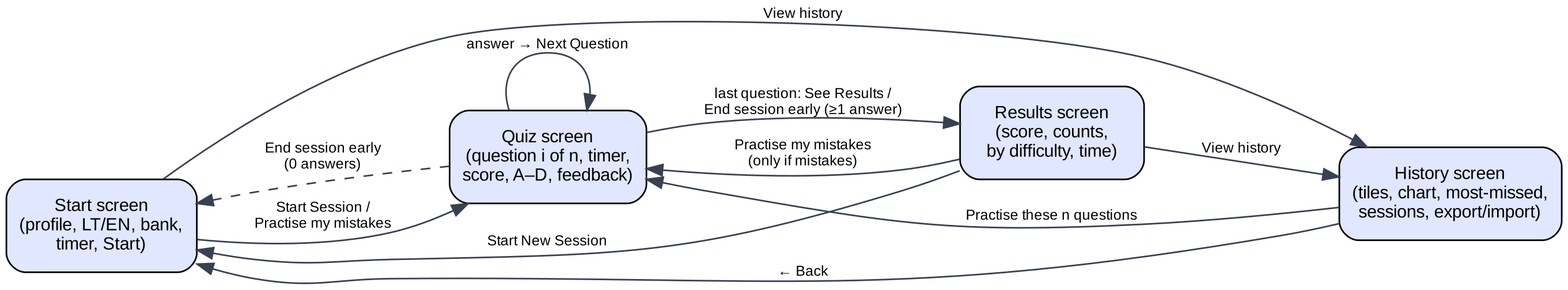
Above: docs/ia/img/screen_flow.png in liepasv/Computer-Science-Internal-Assessment (Graphviz), before the change. Its source is kept beside it as docs/ia/diagrams/screen_flow.dot. Its diagram source:
```dot
digraph G {
  graph [rankdir=LR, nodesep=0.5, ranksep=1.0, fontname="Liberation Sans"];
  node  [shape=box, style="rounded,filled", fillcolor="#e0e7ff", fontname="Liberation Sans", fontsize=11, width=1.6, height=0.8];
  edge  [fontname="Liberation Sans", fontsize=9, color="#374151"];
  load    [label="Start screen\n(profile, LT/EN, bank,\ntimer, Start)"];
  quiz    [label="Quiz screen\n(question i of n, timer,\nscore, A–D, feedback)"];
  results [label="Results screen\n(score, counts,\nby difficulty, time)"];
  hist    [label="History screen\n(tiles, chart, most-missed,\nsessions, export/import)"];
  load -> quiz [label="Start Session /\nPractise my mistakes"];
  quiz -> quiz [label="answer → Next Question"];
  quiz -> results [label="last question: See Results /\nEnd session early (≥1 answer)"];
  quiz -> load [label="End session early\n(0 answers)", style=dashed];
  results -> load [label="Start New Session"];
  results -> quiz [label="Practise my mistakes\n(only if mistakes)"];
  results -> hist [label="View history"];
  load -> hist [label="View history"];
  hist -> load [label="← Back"];
  hist -> quiz [label="Practise these n questions"];
}
```
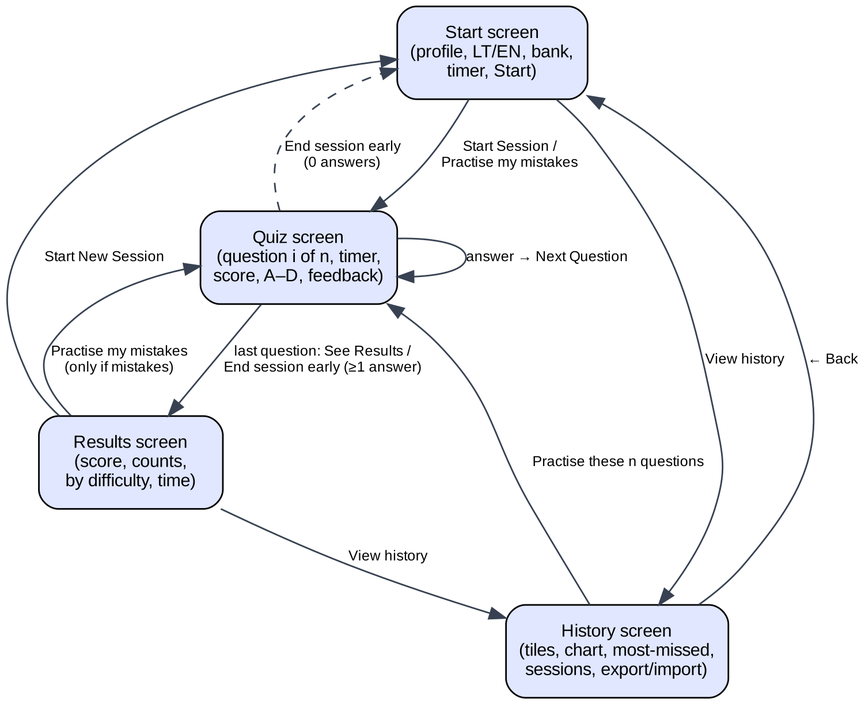
The same diagram one commit later.

Change to the diagram source:
```diff
@@ -1,5 +1,5 @@
 digraph G {
-  graph [rankdir=LR, nodesep=0.5, ranksep=1.0, fontname="Liberation Sans"];
+  graph [rankdir=TB, nodesep=0.6, ranksep=0.7, fontname="Liberation Sans"];
   node  [shape=box, style="rounded,filled", fillcolor="#e0e7ff", fontname="Liberation Sans", fontsize=11, width=1.6, height=0.8];
   edge  [fontname="Liberation Sans", fontsize=9, color="#374151"];
   load    [label="Start screen\n(profile, LT/EN, bank,\ntimer, Start)"];
```
